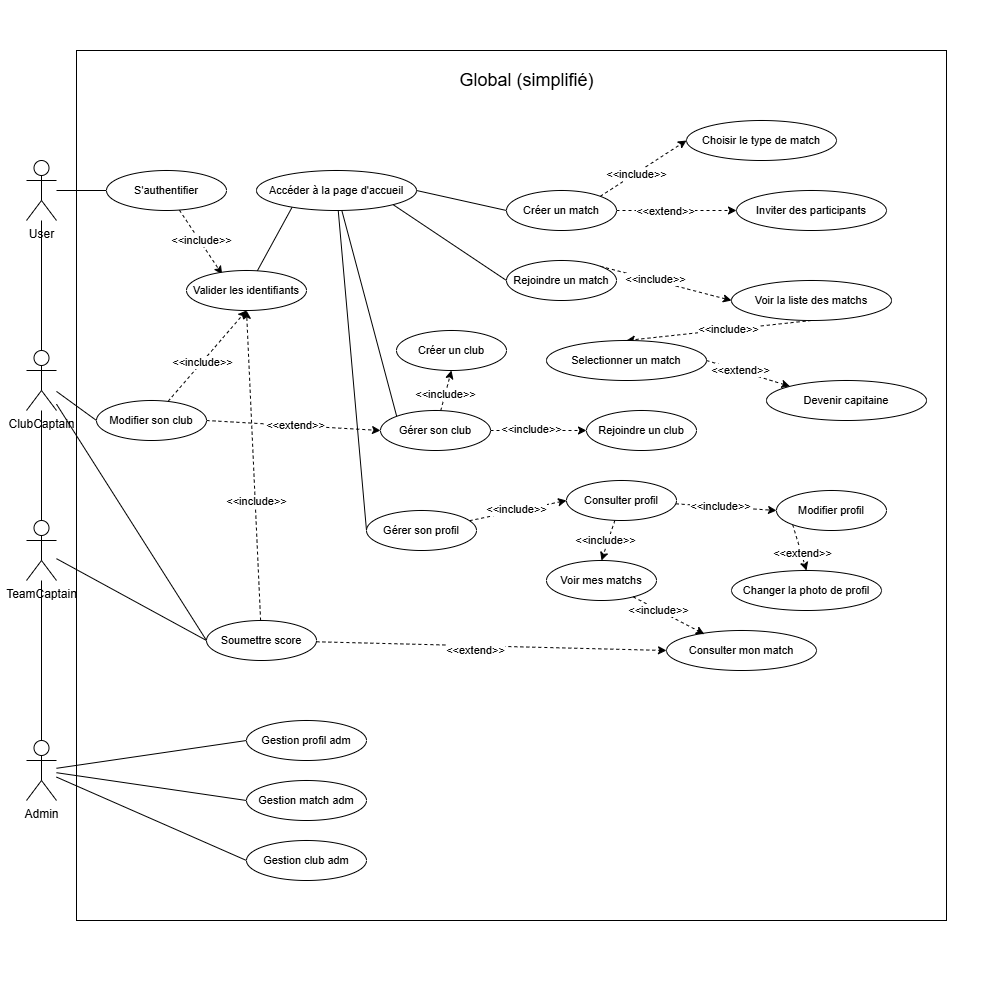
Above: Diagram use case Global simplifié.drawio.png in Mathistrg/Styx (draw.io), before the change. Source tidied: cells renumbered, new cells last; positions are measured from the earlier drawing's top-left corner, leaving out a move shared by most shapes.
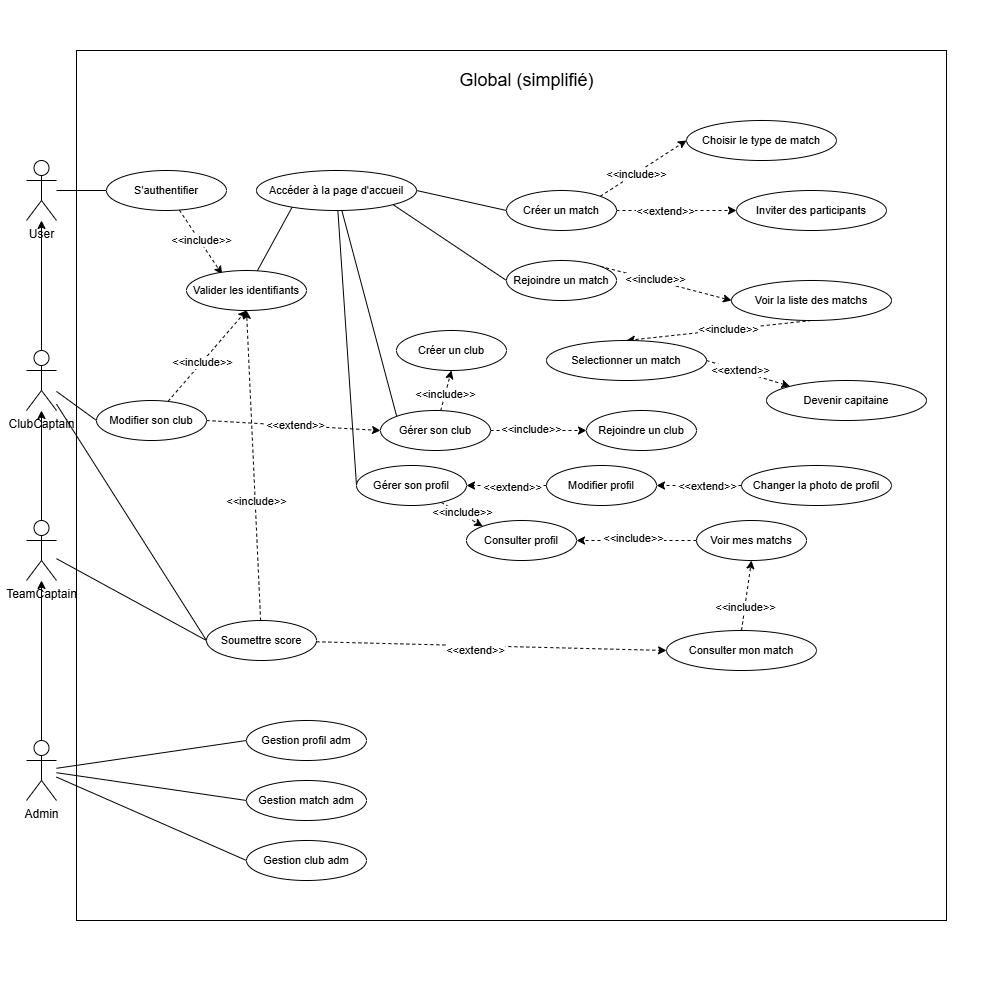
The same file after the commit.

Commit message:
Mettre à jour Diagram use case Global simplifié.drawio.png

What changed in the source:
```diff
@@ -11,7 +11,7 @@
     <mxCell id="4" value="&lt;span style=&quot;font-size: 18px;&quot;&gt;Global (simplifié)&lt;/span&gt;" style="text;html=1;align=center;verticalAlign=middle;strokeColor=none;fillColor=none;" parent="1" vertex="1">
       <mxGeometry x="446" y="60" width="160" height="40" as="geometry" />
     </mxCell>
-    <mxCell id="5" style="rounded=0;jettySize=auto;html=1;endArrow=none;endFill=0;entryX=0.5;entryY=0;entryDx=0;entryDy=0;entryPerimeter=0;" parent="1" edge="1" source="7" target="10">
+    <mxCell id="5" style="rounded=0;jettySize=auto;html=1;endArrow=none;endFill=0;entryX=0.5;entryY=0;entryDx=0;entryDy=0;entryPerimeter=0;startArrow=classic;startFill=1;" parent="1" edge="1" source="7" target="10">
       <mxGeometry relative="1" as="geometry" />
     </mxCell>
     <mxCell id="6" style="edgeStyle=none;shape=connector;rounded=0;jettySize=auto;html=1;entryX=0;entryY=0.5;entryDx=0;entryDy=0;strokeColor=default;align=center;verticalAlign=middle;fontFamily=Helvetica;fontSize=11;fontColor=default;labelBackgroundColor=default;endArrow=none;endFill=0;" parent="1" edge="1" source="7" target="24">
@@ -38,7 +38,7 @@
     <mxCell id="13" style="edgeStyle=none;shape=connector;rounded=0;jettySize=auto;html=1;entryX=0;entryY=0.5;entryDx=0;entryDy=0;strokeColor=default;align=center;verticalAlign=middle;fontFamily=Helvetica;fontSize=11;fontColor=default;labelBackgroundColor=default;endArrow=none;endFill=0;" parent="1" edge="1" source="15" target="17">
       <mxGeometry relative="1" as="geometry" />
     </mxCell>
-    <mxCell id="14" style="edgeStyle=none;shape=connector;rounded=0;jettySize=auto;html=1;strokeColor=default;align=center;verticalAlign=middle;fontFamily=Helvetica;fontSize=11;fontColor=default;labelBackgroundColor=default;endArrow=none;endFill=0;" parent="1" edge="1" source="15" target="21">
+    <mxCell id="14" style="edgeStyle=none;shape=connector;rounded=0;jettySize=auto;html=1;strokeColor=default;align=center;verticalAlign=middle;fontFamily=Helvetica;fontSize=11;fontColor=default;labelBackgroundColor=default;endArrow=classic;endFill=1;" parent="1" edge="1" source="15" target="21">
       <mxGeometry relative="1" as="geometry" />
     </mxCell>
     <mxCell id="15" value="Admin" style="shape=umlActor;verticalLabelPosition=bottom;verticalAlign=top;html=1;outlineConnect=0;" parent="1" vertex="1">
@@ -53,7 +53,7 @@
     <mxCell id="18" value="Gestion profil adm" style="ellipse;whiteSpace=wrap;html=1;fontFamily=Helvetica;fontSize=11;fontColor=default;labelBackgroundColor=default;" parent="1" vertex="1">
       <mxGeometry x="246" y="720" width="120" height="40" as="geometry" />
     </mxCell>
-    <mxCell id="19" style="edgeStyle=none;shape=connector;rounded=0;jettySize=auto;html=1;strokeColor=default;align=center;verticalAlign=middle;fontFamily=Helvetica;fontSize=11;fontColor=default;labelBackgroundColor=default;endArrow=none;endFill=0;" parent="1" edge="1" source="21" target="10">
+    <mxCell id="19" style="edgeStyle=none;shape=connector;rounded=0;jettySize=auto;html=1;strokeColor=default;align=center;verticalAlign=middle;fontFamily=Helvetica;fontSize=11;fontColor=default;labelBackgroundColor=default;endArrow=classic;endFill=1;" parent="1" edge="1" source="21" target="10">
       <mxGeometry relative="1" as="geometry" />
     </mxCell>
     <mxCell id="20" style="edgeStyle=none;shape=connector;rounded=0;jettySize=auto;html=1;entryX=0;entryY=0.5;entryDx=0;entryDy=0;strokeColor=default;align=center;verticalAlign=middle;fontFamily=Helvetica;fontSize=11;fontColor=default;labelBackgroundColor=default;endArrow=none;endFill=0;" parent="1" edge="1" source="21" target="81">
@@ -181,49 +181,51 @@
     <mxCell id="60" value="Modifier son club" style="ellipse;whiteSpace=wrap;html=1;fontFamily=Helvetica;fontSize=11;fontColor=default;labelBackgroundColor=default;" parent="1" vertex="1">
       <mxGeometry x="96" y="400" width="110" height="40" as="geometry" />
     </mxCell>
-    <mxCell id="61" style="edgeStyle=none;shape=connector;rounded=0;jettySize=auto;html=1;entryX=0;entryY=0.5;entryDx=0;entryDy=0;dashed=1;strokeColor=default;align=center;verticalAlign=middle;fontFamily=Helvetica;fontSize=11;fontColor=default;labelBackgroundColor=default;endArrow=classic;endFill=1;" parent="1" edge="1" source="63" target="68">
+    <mxCell id="61" style="edgeStyle=none;shape=connector;rounded=0;jettySize=auto;html=1;entryX=0;entryY=0;entryDx=0;entryDy=0;dashed=1;strokeColor=default;align=center;verticalAlign=middle;fontFamily=Helvetica;fontSize=11;fontColor=default;labelBackgroundColor=default;endArrow=classic;endFill=1;" parent="1" edge="1" source="63" target="68">
       <mxGeometry relative="1" as="geometry" />
     </mxCell>
     <mxCell id="62" value="&amp;lt;&amp;lt;include&amp;gt;&amp;gt;" style="edgeLabel;html=1;align=center;verticalAlign=middle;fontFamily=Helvetica;fontSize=11;fontColor=default;labelBackgroundColor=default;" parent="61" vertex="1">
       <mxGeometry x="-0.02" y="2" relative="1" as="geometry" />
     </mxCell>
     <mxCell id="63" value="Gérer son profil" style="ellipse;whiteSpace=wrap;html=1;fontFamily=Helvetica;fontSize=11;fontColor=default;labelBackgroundColor=default;" parent="1" vertex="1">
-      <mxGeometry x="366" y="510" width="110" height="40" as="geometry" />
+      <mxGeometry x="356" y="465" width="110" height="40" as="geometry" />
     </mxCell>
-    <mxCell id="64" style="edgeStyle=none;shape=connector;rounded=0;jettySize=auto;html=1;entryX=0;entryY=0.5;entryDx=0;entryDy=0;dashed=1;strokeColor=default;align=center;verticalAlign=middle;fontFamily=Helvetica;fontSize=11;fontColor=default;labelBackgroundColor=default;endArrow=classic;endFill=1;" parent="1" edge="1" source="68" target="71">
+    <mxCell id="64" style="edgeStyle=none;shape=connector;rounded=0;jettySize=auto;html=1;dashed=1;strokeColor=default;align=center;verticalAlign=middle;fontFamily=Helvetica;fontSize=11;fontColor=default;labelBackgroundColor=default;endArrow=classic;endFill=1;exitX=0;exitY=0.5;exitDx=0;exitDy=0;entryX=1;entryY=0.5;entryDx=0;entryDy=0;" parent="1" edge="1" source="71" target="63">
       <mxGeometry relative="1" as="geometry" />
     </mxCell>
-    <mxCell id="65" value="&amp;lt;&amp;lt;include&amp;gt;&amp;gt;" style="edgeLabel;html=1;align=center;verticalAlign=middle;fontFamily=Helvetica;fontSize=11;fontColor=default;labelBackgroundColor=default;" parent="64" vertex="1">
+    <mxCell id="65" value="&amp;lt;&amp;lt;extend&amp;gt;&amp;gt;" style="edgeLabel;html=1;align=center;verticalAlign=middle;fontFamily=Helvetica;fontSize=11;fontColor=default;labelBackgroundColor=default;" parent="64" vertex="1">
       <mxGeometry x="-0.13" y="1" relative="1" as="geometry" />
     </mxCell>
-    <mxCell id="66" style="edgeStyle=none;shape=connector;rounded=0;jettySize=auto;html=1;entryX=0.5;entryY=0;entryDx=0;entryDy=0;dashed=1;strokeColor=default;align=center;verticalAlign=middle;fontFamily=Helvetica;fontSize=11;fontColor=default;labelBackgroundColor=default;endArrow=classic;endFill=1;" parent="1" edge="1" source="68" target="73">
+    <mxCell id="66" style="edgeStyle=none;shape=connector;rounded=0;jettySize=auto;html=1;entryX=1;entryY=0.5;entryDx=0;entryDy=0;dashed=1;strokeColor=default;align=center;verticalAlign=middle;fontFamily=Helvetica;fontSize=11;fontColor=default;labelBackgroundColor=default;endArrow=classic;endFill=1;exitX=0;exitY=0.5;exitDx=0;exitDy=0;" parent="1" edge="1" source="73" target="68">
       <mxGeometry relative="1" as="geometry" />
     </mxCell>
     <mxCell id="67" value="&amp;lt;&amp;lt;include&amp;gt;&amp;gt;" style="edgeLabel;html=1;align=center;verticalAlign=middle;fontFamily=Helvetica;fontSize=11;fontColor=default;labelBackgroundColor=default;" parent="66" vertex="1">
       <mxGeometry x="0.06" y="-3" relative="1" as="geometry" />
     </mxCell>
     <mxCell id="68" value="Consulter profil" style="ellipse;whiteSpace=wrap;html=1;fontFamily=Helvetica;fontSize=11;fontColor=default;labelBackgroundColor=default;" parent="1" vertex="1">
-      <mxGeometry x="566" y="480" width="110" height="40" as="geometry" />
+      <mxGeometry x="466" y="520" width="110" height="40" as="geometry" />
     </mxCell>
-    <mxCell id="69" style="edgeStyle=none;shape=connector;rounded=0;jettySize=auto;html=1;exitX=0;exitY=1;exitDx=0;exitDy=0;entryX=0.5;entryY=0;entryDx=0;entryDy=0;dashed=1;strokeColor=default;align=center;verticalAlign=middle;fontFamily=Helvetica;fontSize=11;fontColor=default;labelBackgroundColor=default;endArrow=classic;endFill=1;" parent="1" edge="1" source="71" target="72">
+    <mxCell id="69" style="edgeStyle=none;shape=connector;rounded=0;jettySize=auto;html=1;exitX=0;exitY=0.5;exitDx=0;exitDy=0;entryX=1;entryY=0.5;entryDx=0;entryDy=0;dashed=1;strokeColor=default;align=center;verticalAlign=middle;fontFamily=Helvetica;fontSize=11;fontColor=default;labelBackgroundColor=default;endArrow=classic;endFill=1;" parent="1" edge="1" source="72" target="71">
       <mxGeometry relative="1" as="geometry" />
     </mxCell>
     <mxCell id="70" value="&amp;lt;&amp;lt;extend&amp;gt;&amp;gt;" style="edgeLabel;html=1;align=center;verticalAlign=middle;fontFamily=Helvetica;fontSize=11;fontColor=default;labelBackgroundColor=default;" parent="69" vertex="1">
-      <mxGeometry x="0.21" y="1" relative="1" as="geometry" />
+      <mxGeometry x="0.21" y="1" relative="1" as="geometry">
+        <mxPoint x="17" y="-1" as="offset" />
+      </mxGeometry>
     </mxCell>
     <mxCell id="71" value="Modifier profil" style="ellipse;whiteSpace=wrap;html=1;fontFamily=Helvetica;fontSize=11;fontColor=default;labelBackgroundColor=default;" parent="1" vertex="1">
-      <mxGeometry x="776" y="490" width="110" height="40" as="geometry" />
+      <mxGeometry x="546" y="465" width="110" height="40" as="geometry" />
     </mxCell>
     <mxCell id="72" value="Changer la photo de profil" style="ellipse;whiteSpace=wrap;html=1;fontFamily=Helvetica;fontSize=11;fontColor=default;labelBackgroundColor=default;" parent="1" vertex="1">
-      <mxGeometry x="731" y="570" width="150" height="40" as="geometry" />
+      <mxGeometry x="741" y="465" width="150" height="40" as="geometry" />
     </mxCell>
     <mxCell id="73" value="Voir mes matchs" style="ellipse;whiteSpace=wrap;html=1;fontFamily=Helvetica;fontSize=11;fontColor=default;labelBackgroundColor=default;" parent="1" vertex="1">
-      <mxGeometry x="546" y="560" width="110" height="40" as="geometry" />
+      <mxGeometry x="696" y="520" width="110" height="40" as="geometry" />
     </mxCell>
     <mxCell id="74" value="Consulter mon match" style="ellipse;whiteSpace=wrap;html=1;fontFamily=Helvetica;fontSize=11;fontColor=default;labelBackgroundColor=default;" parent="1" vertex="1">
       <mxGeometry x="666" y="630" width="150" height="40" as="geometry" />
     </mxCell>
-    <mxCell id="75" style="edgeStyle=none;shape=connector;rounded=0;jettySize=auto;html=1;entryX=0.252;entryY=0.091;entryDx=0;entryDy=0;entryPerimeter=0;dashed=1;strokeColor=default;align=center;verticalAlign=middle;fontFamily=Helvetica;fontSize=11;fontColor=default;labelBackgroundColor=default;endArrow=classic;endFill=1;" parent="1" edge="1" source="73" target="74">
+    <mxCell id="75" style="edgeStyle=none;shape=connector;rounded=0;jettySize=auto;html=1;dashed=1;strokeColor=default;align=center;verticalAlign=middle;fontFamily=Helvetica;fontSize=11;fontColor=default;labelBackgroundColor=default;endArrow=classic;endFill=1;exitX=0.5;exitY=0;exitDx=0;exitDy=0;entryX=0.5;entryY=1;entryDx=0;entryDy=0;" parent="1" edge="1" source="74" target="73">
       <mxGeometry relative="1" as="geometry" />
     </mxCell>
     <mxCell id="76" value="&amp;lt;&amp;lt;include&amp;gt;&amp;gt;" style="edgeLabel;html=1;align=center;verticalAlign=middle;fontFamily=Helvetica;fontSize=11;fontColor=default;labelBackgroundColor=default;" parent="75" vertex="1">
```
